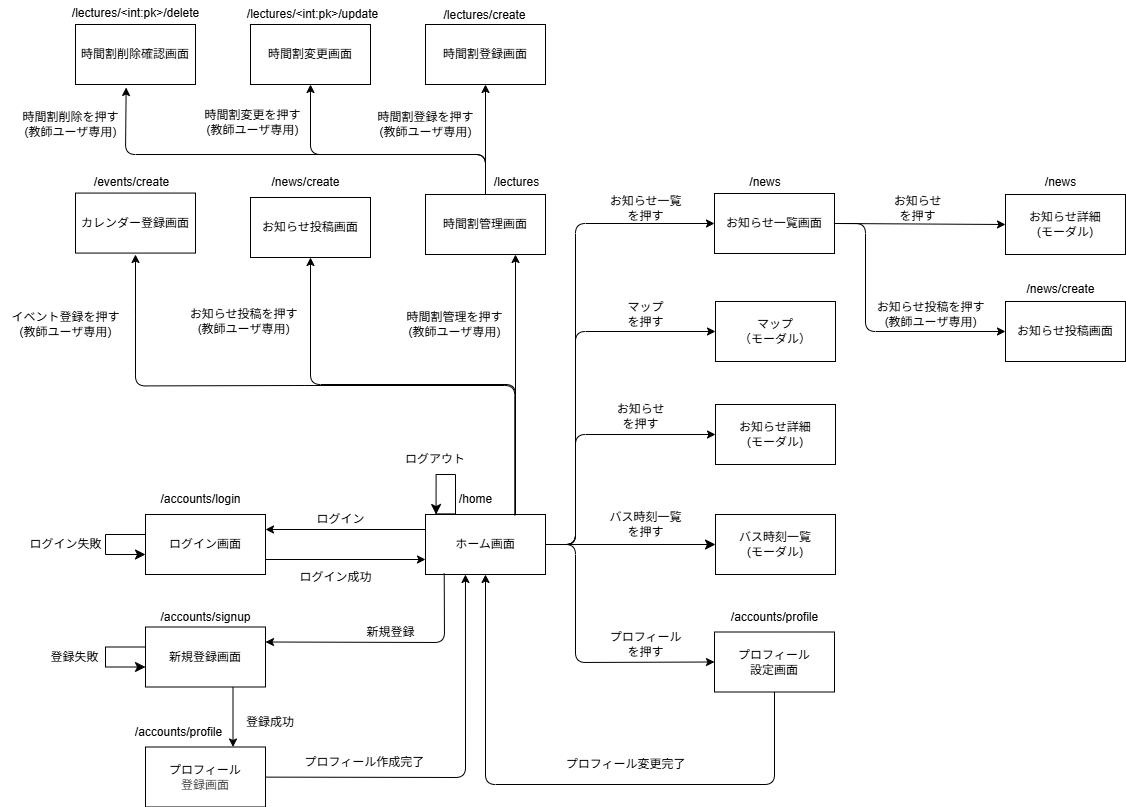
haru186f/link-plus keeps this draw.io diagram as docs/画面遷移図.drawio.png. Above is the earlier version. Source tidied: cells renumbered, new cells last; positions are measured from the earlier drawing's top-left corner, leaving out a move shared by most shapes.
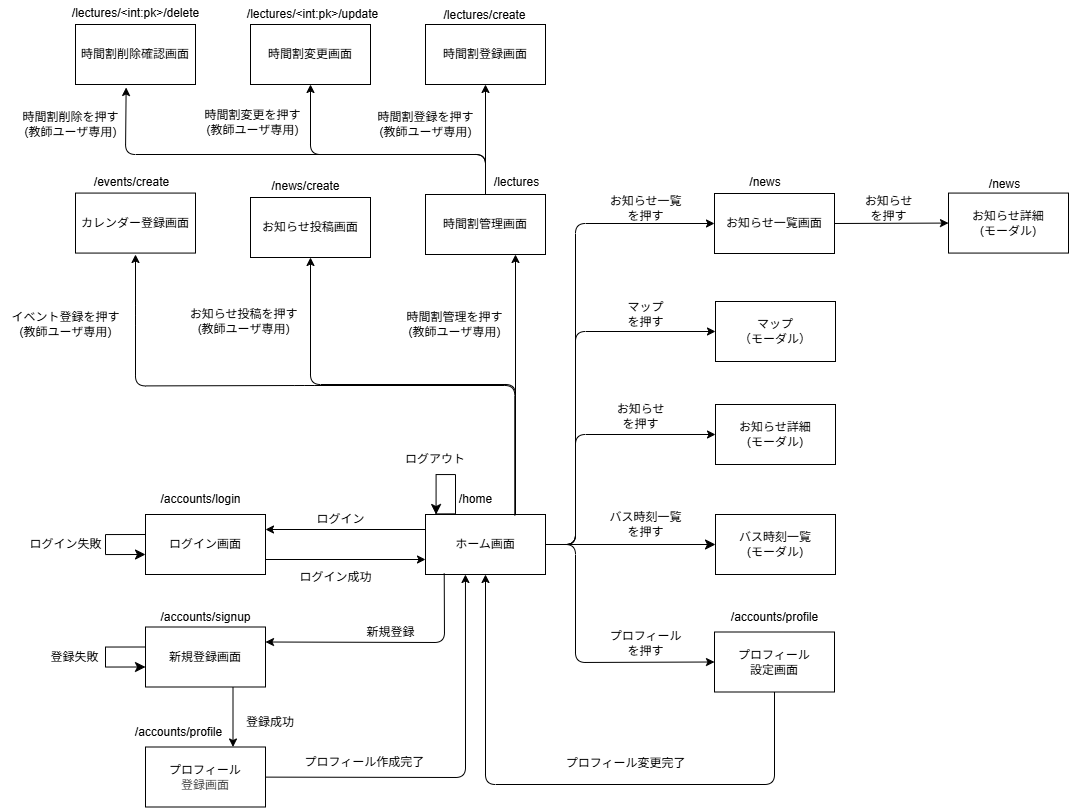
The same file after the commit.

The edit, as a diff of the source:
```diff
@@ -183,14 +183,6 @@
     <mxCell id="43" style="edgeStyle=none;html=1;exitX=1;exitY=0.5;exitDx=0;exitDy=0;entryX=0;entryY=0.5;entryDx=0;entryDy=0;" parent="1" edge="1" source="45" target="50">
       <mxGeometry relative="1" as="geometry" />
     </mxCell>
-    <mxCell id="44" style="edgeStyle=none;html=1;exitX=1;exitY=0.5;exitDx=0;exitDy=0;entryX=0;entryY=0.5;entryDx=0;entryDy=0;" parent="1" edge="1" source="45" target="66">
-      <mxGeometry relative="1" as="geometry">
-        <Array as="points">
-          <mxPoint x="865" y="223" />
-          <mxPoint x="865" y="331" />
-        </Array>
-      </mxGeometry>
-    </mxCell>
     <mxCell id="45" value="お知らせ一覧画面" style="rounded=0;whiteSpace=wrap;html=1;" parent="1" vertex="1">
       <mxGeometry x="714" y="193" width="120" height="60" as="geometry" />
     </mxCell>
@@ -219,16 +211,16 @@
       </mxGeometry>
     </mxCell>
     <mxCell id="50" value="お知らせ詳細&lt;br&gt;(モーダル)" style="rounded=0;whiteSpace=wrap;html=1;" parent="1" vertex="1">
-      <mxGeometry x="1005" y="194" width="120" height="60" as="geometry" />
+      <mxGeometry x="948" y="192.6" width="120" height="60" as="geometry" />
     </mxCell>
     <mxCell id="51" value="お知らせ&lt;br&gt;を押す" style="text;html=1;align=center;verticalAlign=middle;strokeColor=none;fillColor=none;" parent="1" vertex="1">
-      <mxGeometry x="882" y="188" width="70" height="40" as="geometry" />
+      <mxGeometry x="853" y="188" width="70" height="40" as="geometry" />
     </mxCell>
     <mxCell id="52" value="お知らせ投稿画面" style="rounded=0;whiteSpace=wrap;html=1;" parent="1" vertex="1">
       <mxGeometry x="250" y="197" width="120" height="60" as="geometry" />
     </mxCell>
     <mxCell id="53" value="/news/create" style="text;html=1;align=center;verticalAlign=middle;strokeColor=none;fillColor=none;" parent="1" vertex="1">
-      <mxGeometry x="260" y="166.6" width="90" height="30" as="geometry" />
+      <mxGeometry x="260" y="170.6" width="90" height="30" as="geometry" />
     </mxCell>
     <mxCell id="54" value="時間割管理を押す&lt;br&gt;(教師ユーザ専用)" style="text;html=1;align=center;verticalAlign=middle;strokeColor=none;fillColor=none;" parent="1" vertex="1">
       <mxGeometry x="394.3" y="304" width="120" height="40" as="geometry" />
@@ -280,17 +272,8 @@
     <mxCell id="65" value="マップ&lt;br&gt;を押す" style="text;html=1;align=center;verticalAlign=middle;strokeColor=none;fillColor=none;" parent="1" vertex="1">
       <mxGeometry x="615" y="294" width="60" height="40" as="geometry" />
     </mxCell>
-    <mxCell id="66" value="お知らせ投稿画面" style="rounded=0;whiteSpace=wrap;html=1;" parent="1" vertex="1">
-      <mxGeometry x="1005" y="301" width="120" height="60" as="geometry" />
-    </mxCell>
-    <mxCell id="67" value="お知らせ投稿を押す&lt;br&gt;(教師ユーザ専用)" style="text;html=1;align=center;verticalAlign=middle;strokeColor=none;fillColor=none;" parent="1" vertex="1">
-      <mxGeometry x="865" y="294" width="130" height="40" as="geometry" />
-    </mxCell>
-    <mxCell id="68" value="/news/create" style="text;html=1;align=center;verticalAlign=middle;strokeColor=none;fillColor=none;" parent="1" vertex="1">
-      <mxGeometry x="1015" y="274" width="90" height="30" as="geometry" />
-    </mxCell>
     <mxCell id="69" value="/news" style="text;html=1;align=center;verticalAlign=middle;strokeColor=none;fillColor=none;" parent="1" vertex="1">
-      <mxGeometry x="1035" y="166.6" width="50" height="30" as="geometry" />
+      <mxGeometry x="979" y="169" width="50" height="30" as="geometry" />
     </mxCell>
     <mxCell id="70" value="時間割変更画面" style="whiteSpace=wrap;html=1;" parent="1" vertex="1">
       <mxGeometry x="250" y="24" width="120" height="60" as="geometry" />
```
